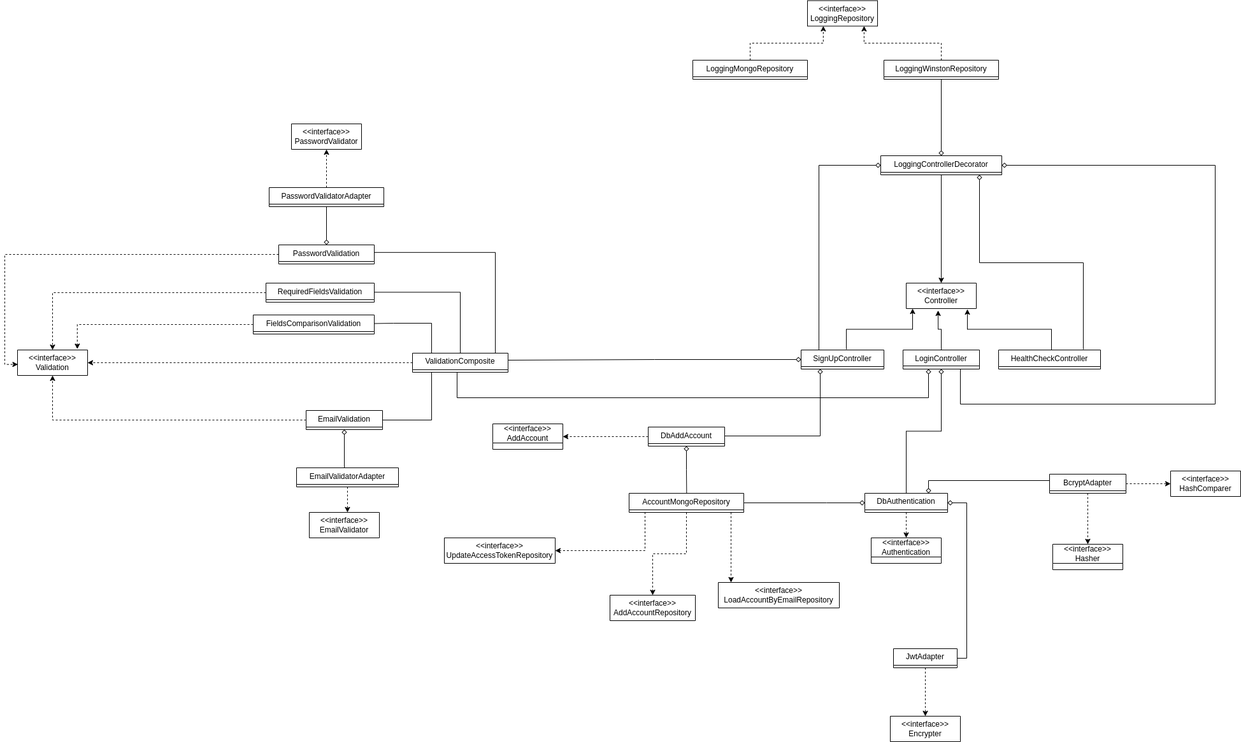
Above: diagrams/UML/node-api.class.drawio.png in guimassoqueto/node-clean-api (draw.io), before the change. Source tidied: cells renumbered, new cells last; positions are measured from the earlier drawing's top-left corner, leaving out a move shared by most shapes.
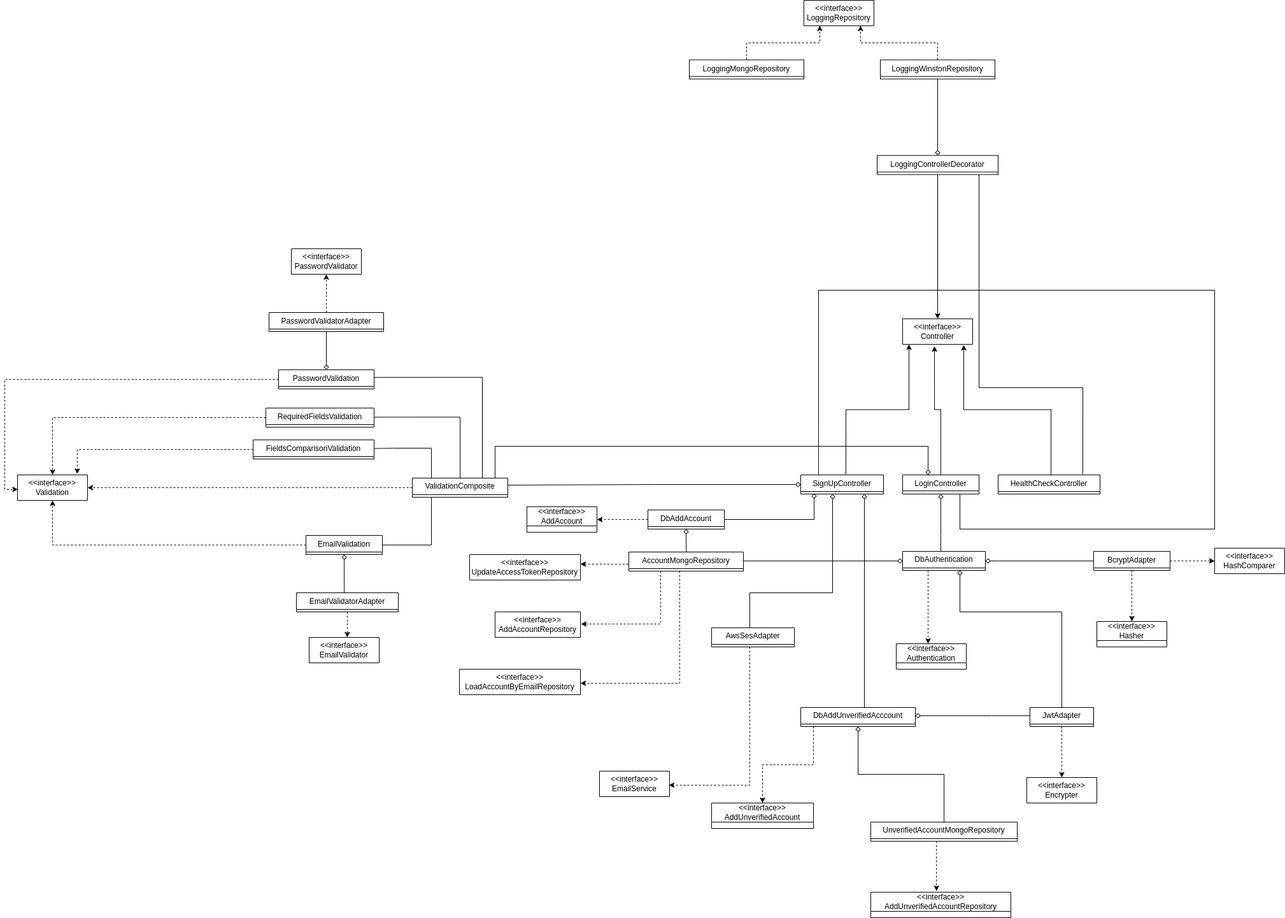
After the commit.

Commit message:
docs: update class diagram

Change to the diagram source:
```diff
@@ -5,21 +5,21 @@
     <mxCell id="2" value="&amp;lt;&amp;lt;interface&amp;gt;&amp;gt;&lt;br&gt;AddAccount" style="swimlane;fontStyle=0;horizontal=1;startSize=30;fillColor=none;whiteSpace=wrap;html=1;" parent="1" vertex="1" collapsed="1">
-      <mxGeometry x="746" y="665" width="110" height="40" as="geometry" />
+      <mxGeometry x="800" y="599" width="110" height="40" as="geometry" />
     </mxCell>
     <mxCell id="3" value="&amp;lt;&amp;lt;interface&amp;gt;&amp;gt;&lt;br&gt;Authentication" style="swimlane;fontStyle=0;horizontal=1;startSize=30;fillColor=none;whiteSpace=wrap;html=1;" parent="1" vertex="1" collapsed="1">
-      <mxGeometry x="1340" y="844" width="110" height="40" as="geometry" />
+      <mxGeometry x="1380" y="814" width="110" height="40" as="geometry" />
     </mxCell>
     <mxCell id="4" value="&amp;lt;&amp;lt;interface&amp;gt;&amp;gt;&lt;br&gt;Hasher" style="swimlane;fontStyle=0;horizontal=1;startSize=30;fillColor=none;whiteSpace=wrap;html=1;" parent="1" vertex="1" collapsed="1">
-      <mxGeometry x="1625" y="854" width="110" height="40" as="geometry" />
+      <mxGeometry x="1695" y="779" width="110" height="40" as="geometry" />
     </mxCell>
     <mxCell id="5" value="&amp;lt;&amp;lt;interface&amp;gt;&amp;gt;&lt;br&gt;HashComparer" style="swimlane;fontStyle=0;horizontal=1;startSize=40;fillColor=none;whiteSpace=wrap;html=1;" parent="1" vertex="1" collapsed="1">
-      <mxGeometry x="1810" y="739" width="110" height="40" as="geometry" />
+      <mxGeometry x="1880" y="664" width="110" height="40" as="geometry" />
     </mxCell>
     <mxCell id="6" value="&amp;lt;&amp;lt;interface&amp;gt;&amp;gt;&lt;br&gt;Encrypter" style="swimlane;fontStyle=0;horizontal=1;startSize=40;fillColor=none;whiteSpace=wrap;html=1;" parent="1" vertex="1" collapsed="1">
-      <mxGeometry x="1370" y="1124" width="110" height="40" as="geometry" />
+      <mxGeometry x="1585" y="1024" width="110" height="40" as="geometry" />
     </mxCell>
     <mxCell id="7" value="&amp;lt;&amp;lt;interface&amp;gt;&amp;gt;&lt;br&gt;AddAccountRepository" style="swimlane;fontStyle=0;horizontal=1;startSize=40;fillColor=none;whiteSpace=wrap;html=1;" parent="1" vertex="1" collapsed="1">
-      <mxGeometry x="930" y="934" width="134" height="40" as="geometry" />
+      <mxGeometry x="750" y="764" width="134" height="40" as="geometry" />
     </mxCell>
     <mxCell id="8" value="&amp;lt;&amp;lt;interface&amp;gt;&amp;gt;&lt;br&gt;LoadAccountByEmailRepository" style="swimlane;fontStyle=0;horizontal=1;startSize=40;fillColor=none;whiteSpace=wrap;html=1;" parent="1" vertex="1" collapsed="1">
-      <mxGeometry x="1100" y="914" width="190" height="40" as="geometry" />
+      <mxGeometry x="694" y="854" width="190" height="40" as="geometry" />
     </mxCell>
@@ -28,3 +28,4 @@
         <Array as="points">
-          <mxPoint x="985" y="864" />
+          <mxPoint x="930" y="689" />
+          <mxPoint x="930" y="689" />
         </Array>
@@ -33,6 +34,6 @@
     <mxCell id="10" value="&amp;lt;&amp;lt;interface&amp;gt;&amp;gt;&lt;br&gt;UpdateAccessTokenRepository" style="swimlane;fontStyle=0;horizontal=1;startSize=40;fillColor=none;whiteSpace=wrap;html=1;" parent="1" vertex="1" collapsed="1">
-      <mxGeometry x="670" y="844" width="174" height="40" as="geometry" />
+      <mxGeometry x="710" y="674" width="174" height="40" as="geometry" />
     </mxCell>
     <mxCell id="11" value="&amp;lt;&amp;lt;interface&amp;gt;&amp;gt;&lt;br&gt;LoggingRepository" style="swimlane;fontStyle=0;horizontal=1;startSize=40;fillColor=none;whiteSpace=wrap;html=1;" parent="1" vertex="1" collapsed="1">
-      <mxGeometry x="1240" y="0.5" width="110" height="40" as="geometry" />
+      <mxGeometry x="1235" y="-196" width="110" height="40" as="geometry" />
     </mxCell>
@@ -45,3 +46,3 @@
     <mxCell id="14" value="&amp;lt;&amp;lt;interface&amp;gt;&amp;gt;&lt;br&gt;Controller" style="swimlane;fontStyle=0;horizontal=1;startSize=40;fillColor=none;whiteSpace=wrap;html=1;" parent="1" vertex="1" collapsed="1">
-      <mxGeometry x="1395" y="444" width="110" height="40" as="geometry" />
+      <mxGeometry x="1390" y="304" width="110" height="40" as="geometry" />
     </mxCell>
@@ -56,7 +57,15 @@
     </mxCell>
+    <mxCell id="70" style="edgeStyle=orthogonalEdgeStyle;rounded=0;jettySize=auto;html=1;entryX=0.162;entryY=0.967;entryDx=0;entryDy=0;entryPerimeter=0;endArrow=diamond;endFill=0;" parent="1" edge="1" source="18" target="58">
+      <mxGeometry relative="1" as="geometry" />
+    </mxCell>
     <mxCell id="18" value="&lt;span style=&quot;font-weight: normal;&quot;&gt;DbAddAccount&lt;/span&gt;" style="swimlane;fontStyle=1;align=center;verticalAlign=top;horizontal=1;startSize=26;whiteSpace=wrap;html=1;" parent="1" vertex="1" collapsed="1">
-      <mxGeometry x="990" y="670" width="120" height="30" as="geometry" />
+      <mxGeometry x="990" y="604" width="120" height="30" as="geometry" />
     </mxCell>
     <mxCell id="19" style="edgeStyle=orthogonalEdgeStyle;rounded=0;jettySize=auto;html=1;dashed=1;" parent="1" edge="1" source="23" target="3">
-      <mxGeometry relative="1" as="geometry" />
+      <mxGeometry relative="1" as="geometry">
+        <Array as="points">
+          <mxPoint x="1430" y="754" />
+          <mxPoint x="1430" y="754" />
+        </Array>
+      </mxGeometry>
     </mxCell>
@@ -65,4 +74,4 @@
         <Array as="points">
-          <mxPoint x="1270" y="789" />
-          <mxPoint x="1270" y="789" />
+          <mxPoint x="1300" y="684" />
+          <mxPoint x="1300" y="684" />
         </Array>
@@ -70,10 +79,2 @@
     </mxCell>
-    <mxCell id="21" style="edgeStyle=orthogonalEdgeStyle;rounded=0;jettySize=auto;html=1;endArrow=none;endFill=0;startArrow=diamond;startFill=0;" parent="1" edge="1" source="23" target="25">
-      <mxGeometry relative="1" as="geometry">
-        <Array as="points">
-          <mxPoint x="1490" y="789" />
-          <mxPoint x="1490" y="1033" />
-        </Array>
-      </mxGeometry>
-    </mxCell>
     <mxCell id="22" style="edgeStyle=orthogonalEdgeStyle;rounded=0;jettySize=auto;html=1;endArrow=none;endFill=0;startArrow=diamond;startFill=0;" parent="1" edge="1" source="23" target="67">
@@ -81,5 +82,4 @@
         <Array as="points">
-          <mxPoint x="1430" y="754" />
-          <mxPoint x="1670" y="754" />
-          <mxPoint x="1670" y="749" />
+          <mxPoint x="1540" y="684" />
+          <mxPoint x="1540" y="684" />
         </Array>
@@ -88,3 +88,3 @@
     <mxCell id="23" value="DbAuthentication" style="swimlane;fontStyle=0;horizontal=1;startSize=26;fillColor=none;whiteSpace=wrap;html=1;" parent="1" vertex="1" collapsed="1">
-      <mxGeometry x="1330" y="774" width="130" height="30" as="geometry" />
+      <mxGeometry x="1390" y="669" width="130" height="30" as="geometry" />
     </mxCell>
@@ -93,10 +93,31 @@
     </mxCell>
+    <mxCell id="71" style="edgeStyle=orthogonalEdgeStyle;rounded=0;jettySize=auto;html=1;endArrow=diamond;endFill=0;" parent="1" edge="1" source="25" target="23">
+      <mxGeometry relative="1" as="geometry">
+        <Array as="points">
+          <mxPoint x="1480" y="764" />
+        </Array>
+      </mxGeometry>
+    </mxCell>
+    <mxCell id="72" style="edgeStyle=orthogonalEdgeStyle;rounded=0;jettySize=auto;html=1;entryX=1;entryY=0.433;entryDx=0;entryDy=0;entryPerimeter=0;endArrow=diamond;endFill=0;" parent="1" edge="1" source="25" target="76">
+      <mxGeometry relative="1" as="geometry">
+        <Array as="points">
+          <mxPoint x="1530" y="927" />
+          <mxPoint x="1530" y="927" />
+        </Array>
+      </mxGeometry>
+    </mxCell>
     <mxCell id="25" value="JwtAdapter" style="swimlane;fontStyle=0;horizontal=1;startSize=26;fillColor=none;whiteSpace=wrap;html=1;" parent="1" vertex="1" collapsed="1">
-      <mxGeometry x="1375" y="1018" width="100" height="30" as="geometry" />
+      <mxGeometry x="1590" y="914" width="100" height="30" as="geometry" />
     </mxCell>
+    <mxCell id="27" style="edgeStyle=orthogonalEdgeStyle;rounded=0;jettySize=auto;html=1;dashed=1;entryX=1.007;entryY=0.475;entryDx=0;entryDy=0;entryPerimeter=0;" parent="1" edge="1" source="28" target="7">
+      <mxGeometry relative="1" as="geometry">
+        <Array as="points">
+          <mxPoint x="1010" y="783" />
+        </Array>
+      </mxGeometry>
+    </mxCell>
-    <mxCell id="26" style="edgeStyle=orthogonalEdgeStyle;rounded=0;jettySize=auto;html=1;dashed=1;" parent="1" edge="1" source="28" target="8">
+    <mxCell id="26" style="edgeStyle=orthogonalEdgeStyle;rounded=0;jettySize=auto;html=1;entryX=1;entryY=0.55;entryDx=0;entryDy=0;entryPerimeter=0;dashed=1;" parent="1" edge="1" source="28" target="8">
       <mxGeometry relative="1" as="geometry">
         <Array as="points">
-          <mxPoint x="1120" y="834" />
-          <mxPoint x="1120" y="834" />
+          <mxPoint x="1040" y="876" />
         </Array>
@@ -104,13 +125,10 @@
     </mxCell>
-    <mxCell id="27" style="edgeStyle=orthogonalEdgeStyle;rounded=0;jettySize=auto;html=1;dashed=1;" parent="1" edge="1" source="28" target="7">
-      <mxGeometry relative="1" as="geometry" />
-    </mxCell>
     <mxCell id="28" value="AccountMongoRepository" style="swimlane;fontStyle=0;align=center;verticalAlign=top;horizontal=1;startSize=26;whiteSpace=wrap;html=1;" parent="1" vertex="1" collapsed="1">
-      <mxGeometry x="960" y="774" width="180" height="30" as="geometry" />
+      <mxGeometry x="960" y="670" width="180" height="30" as="geometry" />
     </mxCell>
     <mxCell id="29" value="LoggingMongoRepository" style="swimlane;fontStyle=0;align=center;verticalAlign=top;horizontal=1;startSize=26;whiteSpace=wrap;html=1;" parent="1" vertex="1" collapsed="1">
-      <mxGeometry x="1060" y="94" width="180" height="30" as="geometry" />
+      <mxGeometry x="1055" y="-102.5" width="180" height="30" as="geometry" />
     </mxCell>
     <mxCell id="30" value="LoggingWinstonRepository" style="swimlane;fontStyle=0;align=center;verticalAlign=top;horizontal=1;startSize=26;whiteSpace=wrap;html=1;" parent="1" vertex="1" collapsed="1">
-      <mxGeometry x="1360" y="94" width="180" height="30" as="geometry" />
+      <mxGeometry x="1355" y="-102.5" width="180" height="30" as="geometry" />
     </mxCell>
@@ -143,3 +161,3 @@
         <Array as="points">
-          <mxPoint x="750" y="396" />
+          <mxPoint x="730" y="396" />
         </Array>
@@ -194,3 +212,3 @@
     </mxCell>
-    <mxCell id="50" style="edgeStyle=orthogonalEdgeStyle;rounded=0;jettySize=auto;html=1;entryX=0.215;entryY=0.067;entryDx=0;entryDy=0;entryPerimeter=0;endArrow=none;endFill=0;startArrow=diamond;startFill=0;" parent="1" edge="1" source="54" target="58">
+    <mxCell id="50" style="edgeStyle=orthogonalEdgeStyle;rounded=0;jettySize=auto;html=1;entryX=0.215;entryY=0.067;entryDx=0;entryDy=0;entryPerimeter=0;endArrow=none;endFill=0;startArrow=none;startFill=0;" parent="1" edge="1" source="54" target="58">
       <mxGeometry relative="1" as="geometry">
@@ -201,3 +219,3 @@
     </mxCell>
-    <mxCell id="51" style="edgeStyle=orthogonalEdgeStyle;rounded=0;jettySize=auto;html=1;endArrow=none;endFill=0;startArrow=diamond;startFill=0;" parent="1" edge="1" source="54" target="62">
+    <mxCell id="51" style="edgeStyle=orthogonalEdgeStyle;rounded=0;jettySize=auto;html=1;endArrow=none;endFill=0;startArrow=none;startFill=0;" parent="1" edge="1" source="54" target="62">
       <mxGeometry relative="1" as="geometry">
@@ -210,3 +228,3 @@
     </mxCell>
-    <mxCell id="52" style="edgeStyle=orthogonalEdgeStyle;rounded=0;jettySize=auto;html=1;entryX=0.831;entryY=-0.033;entryDx=0;entryDy=0;entryPerimeter=0;endArrow=none;endFill=0;startArrow=diamond;startFill=0;" parent="1" edge="1" source="54" target="64">
+    <mxCell id="52" style="edgeStyle=orthogonalEdgeStyle;rounded=0;jettySize=auto;html=1;entryX=0.831;entryY=-0.033;entryDx=0;entryDy=0;entryPerimeter=0;endArrow=none;endFill=0;startArrow=none;startFill=0;" parent="1" edge="1" source="54" target="64">
       <mxGeometry relative="1" as="geometry">
@@ -222,3 +240,3 @@
     <mxCell id="54" value="&lt;span style=&quot;font-weight: normal;&quot;&gt;LoggingControllerDecorator&lt;/span&gt;" style="swimlane;fontStyle=1;align=center;verticalAlign=top;horizontal=1;startSize=26;whiteSpace=wrap;html=1;" parent="1" vertex="1" collapsed="1">
-      <mxGeometry x="1355" y="244" width="190" height="30" as="geometry" />
+      <mxGeometry x="1350" y="47.5" width="190" height="30" as="geometry" />
     </mxCell>
@@ -230,9 +248,2 @@
     </mxCell>
-    <mxCell id="57" style="edgeStyle=orthogonalEdgeStyle;rounded=0;jettySize=auto;html=1;endArrow=none;endFill=0;startArrow=diamond;startFill=0;" parent="1" edge="1" source="58" target="18">
-      <mxGeometry relative="1" as="geometry">
-        <Array as="points">
-          <mxPoint x="1260" y="684" />
-        </Array>
-      </mxGeometry>
-    </mxCell>
     <mxCell id="58" value="SignUpController" style="swimlane;fontStyle=0;align=center;verticalAlign=top;horizontal=1;startSize=26;whiteSpace=wrap;html=1;" parent="1" vertex="1" collapsed="1">
@@ -244,3 +255,8 @@
     <mxCell id="60" style="edgeStyle=orthogonalEdgeStyle;rounded=0;jettySize=auto;html=1;endArrow=none;endFill=0;startArrow=diamond;startFill=0;" parent="1" edge="1" source="62" target="23">
-      <mxGeometry relative="1" as="geometry" />
+      <mxGeometry relative="1" as="geometry">
+        <Array as="points">
+          <mxPoint x="1450" y="644" />
+          <mxPoint x="1450" y="644" />
+        </Array>
+      </mxGeometry>
     </mxCell>
@@ -249,4 +265,4 @@
         <Array as="points">
-          <mxPoint x="1430" y="624" />
-          <mxPoint x="690" y="624" />
+          <mxPoint x="1430" y="504" />
+          <mxPoint x="750" y="504" />
         </Array>
@@ -270,3 +286,3 @@
     <mxCell id="67" value="&lt;span style=&quot;font-weight: normal;&quot;&gt;BcryptAdapter&lt;/span&gt;" style="swimlane;fontStyle=1;align=center;verticalAlign=top;horizontal=1;startSize=26;whiteSpace=wrap;html=1;" parent="1" vertex="1" collapsed="1">
-      <mxGeometry x="1620" y="744" width="120" height="30" as="geometry" />
+      <mxGeometry x="1690" y="669" width="120" height="30" as="geometry" />
     </mxCell>
@@ -278,2 +294,62 @@
     </mxCell>
+    <mxCell id="73" value="&amp;lt;&amp;lt;interface&amp;gt;&amp;gt;&lt;br&gt;AddUnverifiedAccount" style="swimlane;fontStyle=0;horizontal=1;startSize=30;fillColor=none;whiteSpace=wrap;html=1;" parent="1" vertex="1" collapsed="1">
+      <mxGeometry x="1090" y="1064" width="160" height="40" as="geometry" />
+    </mxCell>
+    <mxCell id="74" style="edgeStyle=orthogonalEdgeStyle;rounded=0;jettySize=auto;html=1;endArrow=diamond;endFill=0;" parent="1" edge="1" source="76" target="58">
+      <mxGeometry relative="1" as="geometry">
+        <Array as="points">
+          <mxPoint x="1330" y="684" />
+          <mxPoint x="1330" y="684" />
+        </Array>
+      </mxGeometry>
+    </mxCell>
+    <mxCell id="75" style="edgeStyle=orthogonalEdgeStyle;rounded=0;jettySize=auto;html=1;dashed=1;" parent="1" edge="1" source="76" target="73">
+      <mxGeometry relative="1" as="geometry">
+        <Array as="points">
+          <mxPoint x="1250" y="1004" />
+          <mxPoint x="1170" y="1004" />
+        </Array>
+      </mxGeometry>
+    </mxCell>
+    <mxCell id="76" value="DbAddUnverifiedAcccount" style="swimlane;fontStyle=0;horizontal=1;startSize=26;fillColor=none;whiteSpace=wrap;html=1;" parent="1" vertex="1" collapsed="1">
+      <mxGeometry x="1230" y="914" width="180" height="30" as="geometry" />
+    </mxCell>
+    <mxCell id="77" value="&amp;lt;&amp;lt;interface&amp;gt;&amp;gt;&lt;br&gt;EmailService" style="swimlane;fontStyle=0;horizontal=1;startSize=40;fillColor=none;whiteSpace=wrap;html=1;" parent="1" vertex="1" collapsed="1">
+      <mxGeometry x="914" y="1014" width="110" height="40" as="geometry" />
+    </mxCell>
+    <mxCell id="78" style="edgeStyle=orthogonalEdgeStyle;rounded=0;jettySize=auto;html=1;entryX=0.991;entryY=0.55;entryDx=0;entryDy=0;entryPerimeter=0;dashed=1;" parent="1" edge="1" source="80" target="77">
+      <mxGeometry relative="1" as="geometry">
+        <Array as="points">
+          <mxPoint x="1150" y="1036" />
+        </Array>
+      </mxGeometry>
+    </mxCell>
+    <mxCell id="79" style="edgeStyle=orthogonalEdgeStyle;rounded=0;jettySize=auto;html=1;endArrow=diamond;endFill=0;" parent="1" edge="1" source="80" target="58">
+      <mxGeometry relative="1" as="geometry">
+        <Array as="points">
+          <mxPoint x="1150" y="734" />
+          <mxPoint x="1280" y="734" />
+        </Array>
+      </mxGeometry>
+    </mxCell>
+    <mxCell id="80" value="AwsSesAdapter" style="swimlane;fontStyle=0;horizontal=1;startSize=26;fillColor=none;whiteSpace=wrap;html=1;" parent="1" vertex="1" collapsed="1">
+      <mxGeometry x="1090" y="789" width="130" height="30" as="geometry" />
+    </mxCell>
+    <mxCell id="81" value="&amp;lt;&amp;lt;interface&amp;gt;&amp;gt;&lt;br&gt;AddUnverifiedAccountRepository" style="swimlane;fontStyle=0;horizontal=1;startSize=30;fillColor=none;whiteSpace=wrap;html=1;" parent="1" vertex="1" collapsed="1">
+      <mxGeometry x="1340" y="1204" width="220" height="40" as="geometry" />
+    </mxCell>
+    <mxCell id="82" style="edgeStyle=orthogonalEdgeStyle;rounded=0;jettySize=auto;html=1;entryX=0.469;entryY=-0.045;entryDx=0;entryDy=0;entryPerimeter=0;dashed=1;" parent="1" edge="1" source="84" target="81">
+      <mxGeometry relative="1" as="geometry">
+        <Array as="points">
+          <mxPoint x="1443" y="1144" />
+          <mxPoint x="1443" y="1144" />
+        </Array>
+      </mxGeometry>
+    </mxCell>
+    <mxCell id="83" style="edgeStyle=orthogonalEdgeStyle;rounded=0;jettySize=auto;html=1;endArrow=diamond;endFill=0;" parent="1" edge="1" source="84" target="76">
+      <mxGeometry relative="1" as="geometry" />
+    </mxCell>
+    <mxCell id="84" value="UnverifiedAccountMongoRepository" style="swimlane;fontStyle=0;horizontal=1;startSize=26;fillColor=none;whiteSpace=wrap;html=1;" parent="1" vertex="1" collapsed="1">
+      <mxGeometry x="1340" y="1094" width="230" height="30" as="geometry" />
+    </mxCell>
   </root>
```
